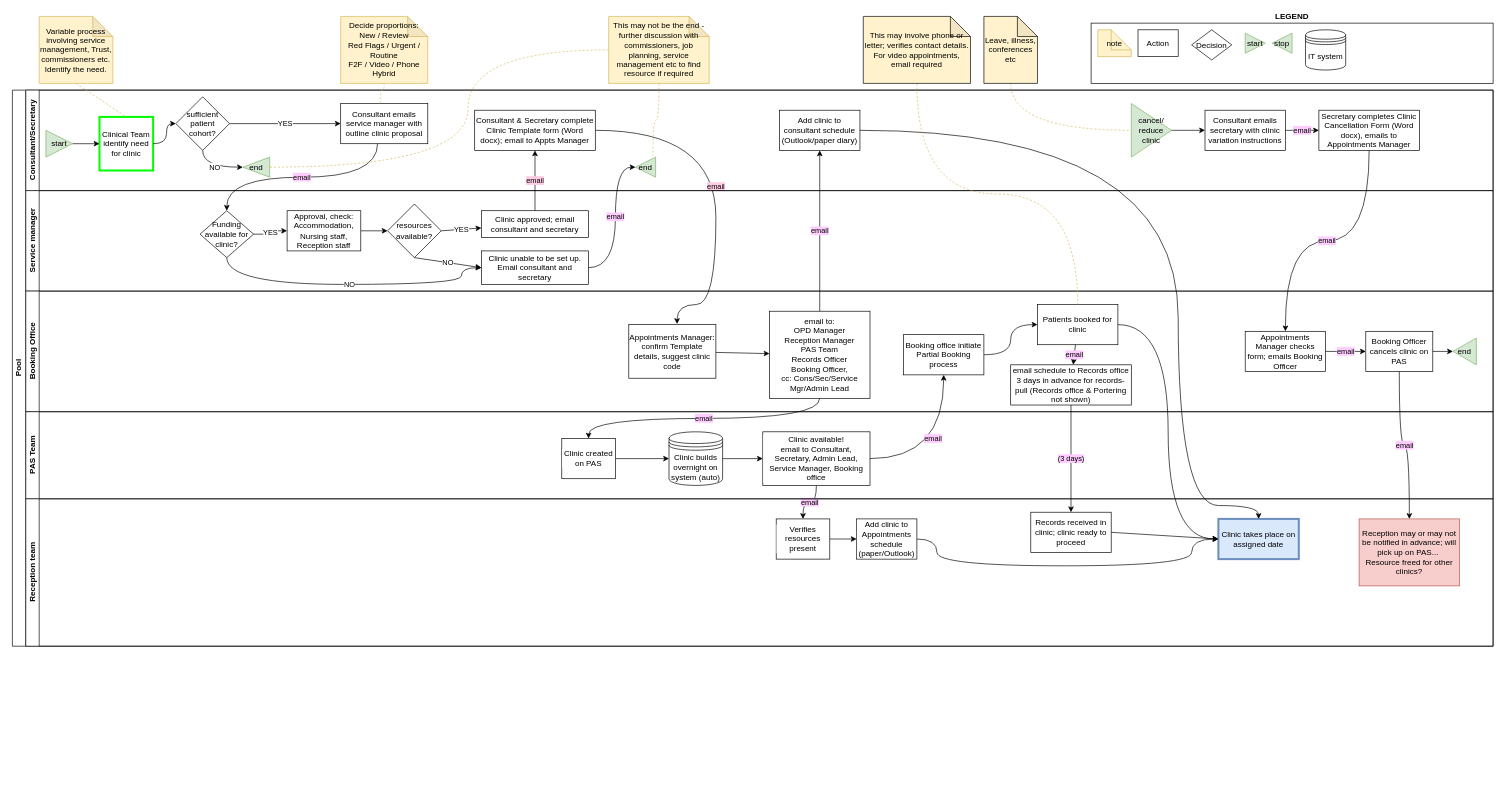
Before: swimlane_clinictemplate1.drawio in shanemuk/waiting-lists, a draw.io diagram. Source tidied: cells renumbered, new cells numbered last; positions are measured from the earlier drawing's top-left corner, leaving out a move shared by most shapes. Both pictures are drawn from the tidied source at 67%, with x=0, y=0 at pixel (12, 16).
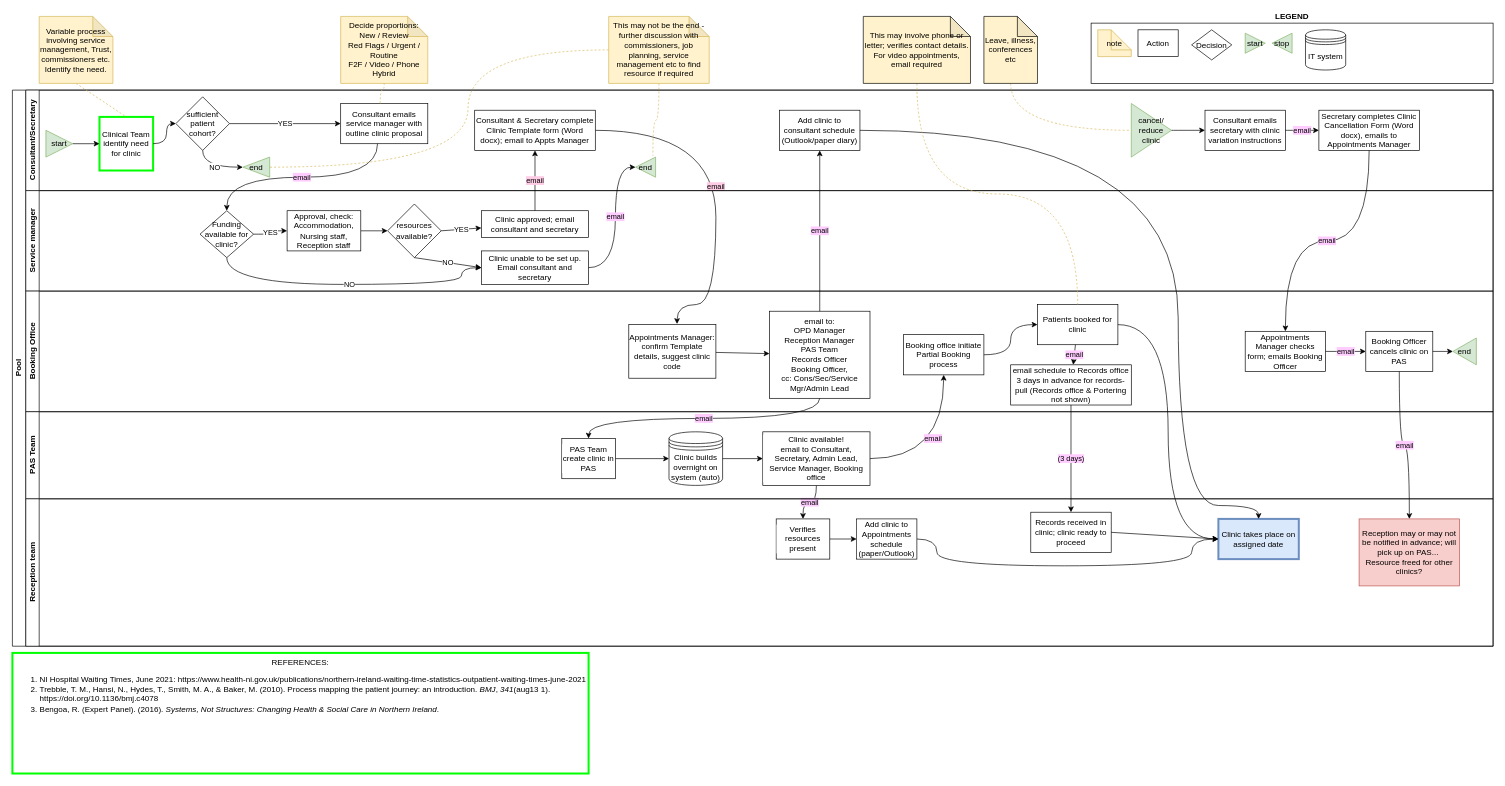
The same page after the edit.

The change refers to these unchanged cells:
```xml
<mxCell id="44" value="PAS Team" style="swimlane;html=1;startSize=20;horizontal=0;fillColor=default;strokeColor=default;fontColor=default;" parent="2" vertex="1">
  <mxGeometry x="20" y="480" width="2190" height="130" as="geometry" />
</mxCell>
```

What changed in the source:
```diff
@@
-    <mxCell id="46" value="Clinic created on PAS" style="rounded=0;whiteSpace=wrap;html=1;fontFamily=Helvetica;fontSize=12;fontColor=default;align=center;strokeColor=default;labelBackgroundColor=default;" parent="44" vertex="1">
+    <mxCell id="46" value="PAS Team create clinic in PAS" style="rounded=0;whiteSpace=wrap;html=1;fontFamily=Helvetica;fontSize=12;fontColor=default;align=center;strokeColor=default;labelBackgroundColor=default;" parent="44" vertex="1">
       <mxGeometry x="800" y="40" width="80" height="60" as="geometry" />
     </mxCell>
@@
+    <mxCell id="92" value="REFERENCES:&lt;br&gt;&lt;div style=&quot;text-align: left&quot;&gt;&lt;ol&gt;&lt;li&gt;&lt;span&gt;NI Hospital Waiting Times, June 2021: https://www.health-ni.gov.uk/publications/northern-ireland-waiting-time-statistics-outpatient-waiting-times-june-2021&lt;/span&gt;&lt;/li&gt;&lt;li&gt;Trebble, T. M., Hansi, N., Hydes, T., Smith, M. A., &amp;amp; Baker, M. (2010). Process mapping the patient journey: an introduction. &lt;i&gt;BMJ&lt;/i&gt;, &lt;i&gt;341&lt;/i&gt;(aug13 1). https://doi.org/10.1136/bmj.c4078&lt;/li&gt;&lt;li&gt;&lt;div class=&quot;csl-entry&quot;&gt;Bengoa, R. (Expert Panel). (2016). &lt;i&gt;Systems, Not Structures: Changing Health &amp;amp; Social Care in Northern Ireland&lt;/i&gt;.&lt;/div&gt;&lt;/li&gt;&lt;/ol&gt;&lt;/div&gt;" style="rounded=0;whiteSpace=wrap;html=1;labelBackgroundColor=none;strokeColor=#00FF00;strokeWidth=3;fillColor=none;verticalAlign=top;" parent="1" vertex="1">
+      <mxGeometry y="950" width="860" height="180" as="geometry" />
+    </mxCell>
```
